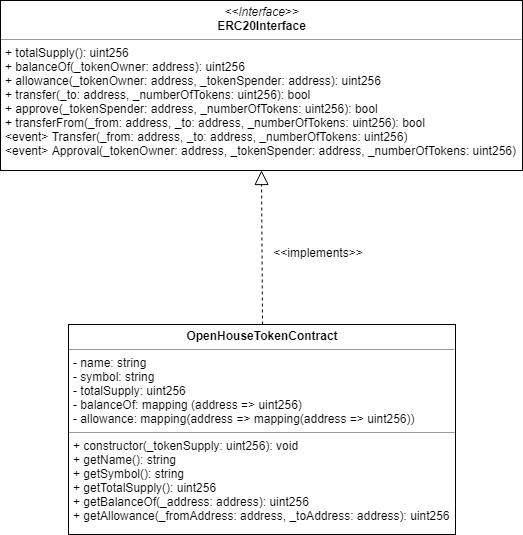
This is uml/OpenHouseTokenContract/OpenHouseTokenContract.png from gkamtzir/Ethereum-ICO-Diploma-Thesis, a draw.io export, as it was before one commit. Source tidied: cells renumbered, new cells last; positions are measured from the earlier drawing's top-left corner, leaving out a move shared by most shapes. Its diagram source:
```xml
<mxGraphModel>
  <root>
    <mxCell id="0" />
    <mxCell id="1" parent="0" />
    <mxCell id="2" value="&lt;p style=&quot;margin: 0px ; margin-top: 4px ; text-align: center&quot;&gt;&lt;b&gt;OpenHouseTokenContract&lt;/b&gt;&lt;/p&gt;&lt;hr size=&quot;1&quot;&gt;&lt;p style=&quot;margin: 0px ; margin-left: 4px&quot;&gt;- name: string&lt;/p&gt;&lt;p style=&quot;margin: 0px ; margin-left: 4px&quot;&gt;- symbol: string&lt;/p&gt;&lt;p style=&quot;margin: 0px ; margin-left: 4px&quot;&gt;- totalSupply: uint256&lt;/p&gt;&lt;p style=&quot;margin: 0px ; margin-left: 4px&quot;&gt;- balanceOf: mapping (address =&amp;gt; uint256)&lt;/p&gt;&lt;p style=&quot;margin: 0px ; margin-left: 4px&quot;&gt;- allowance: mapping(address =&amp;gt; mapping(address =&amp;gt; uint256))&lt;/p&gt;&lt;hr size=&quot;1&quot;&gt;&lt;p style=&quot;margin: 0px ; margin-left: 4px&quot;&gt;+ constructor(_tokenSupply: uint256): void&lt;/p&gt;&lt;p style=&quot;margin: 0px ; margin-left: 4px&quot;&gt;+ getName(): string&lt;/p&gt;&lt;p style=&quot;margin: 0px ; margin-left: 4px&quot;&gt;+ getSymbol(): string&lt;/p&gt;&lt;p style=&quot;margin: 0px ; margin-left: 4px&quot;&gt;+ getTotalSupply(): uint256&lt;/p&gt;&lt;p style=&quot;margin: 0px ; margin-left: 4px&quot;&gt;+ getBalanceOf(_address: address): uint256&lt;/p&gt;&lt;p style=&quot;margin: 0px ; margin-left: 4px&quot;&gt;+ getAllowance(_fromAddress: address, _toAddress: address): uint256&lt;/p&gt;" style="verticalAlign=top;align=left;overflow=fill;fontSize=12;fontFamily=Helvetica;html=1;" parent="1" vertex="1">
      <mxGeometry x="68" y="324" width="387" height="210" as="geometry" />
    </mxCell>
    <mxCell id="3" value="&lt;p style=&quot;margin: 0px ; margin-top: 4px ; text-align: center&quot;&gt;&lt;i&gt;&amp;lt;&amp;lt;Interface&amp;gt;&amp;gt;&lt;/i&gt;&lt;br&gt;&lt;b&gt;ERC20Interface&lt;/b&gt;&lt;/p&gt;&lt;hr size=&quot;1&quot;&gt;&lt;p style=&quot;margin: 0px ; margin-left: 4px&quot;&gt;+ totalSupply(): uint256&lt;br&gt;+ balanceOf(_tokenOwner: address): uint256&lt;/p&gt;&lt;p style=&quot;margin: 0px ; margin-left: 4px&quot;&gt;+ allowance(_tokenOwner: address, _tokenSpender: address): uint256&lt;/p&gt;&lt;p style=&quot;margin: 0px ; margin-left: 4px&quot;&gt;+ transfer(_to: address, _numberOfTokens: uint256): bool&lt;/p&gt;&lt;p style=&quot;margin: 0px ; margin-left: 4px&quot;&gt;+ approve(_tokenSpender: address, _numberOfTokens: uint256): bool&lt;/p&gt;&lt;p style=&quot;margin: 0px ; margin-left: 4px&quot;&gt;+ transferFrom(_from: address, _to: address, _numberOfTokens: uint256): bool&lt;/p&gt;&lt;p style=&quot;margin: 0px ; margin-left: 4px&quot;&gt;&amp;lt;event&amp;gt; Transfer(_from: address, _to: address, _numberOfTokens: uint256)&lt;/p&gt;&lt;p style=&quot;margin: 0px ; margin-left: 4px&quot;&gt;&amp;lt;event&amp;gt; Approval(_tokenOwner: address, _tokenSpender: address, _numberOfTokens: uint256)&lt;/p&gt;" style="verticalAlign=top;align=left;overflow=fill;fontSize=12;fontFamily=Helvetica;html=1;" parent="1" vertex="1">
      <mxGeometry width="522" height="170" as="geometry" />
    </mxCell>
    <mxCell id="4" style="endArrow=block;dashed=1;endFill=0;endSize=12;html=1;exitX=0.5;exitY=0;exitDx=0;exitDy=0;entryX=0.5;entryY=1;entryDx=0;entryDy=0;" parent="1" edge="1" source="2" target="3">
      <mxGeometry relative="1" as="geometry" />
    </mxCell>
    <mxCell id="5" value="&lt;&lt;implements&gt;&gt;" style="text;align=center;fontStyle=0;verticalAlign=middle;spacingLeft=3;spacingRight=3;strokeColor=none;" parent="1" vertex="1">
      <mxGeometry x="278" y="240" width="80" height="26" as="geometry" />
    </mxCell>
  </root>
</mxGraphModel>
```
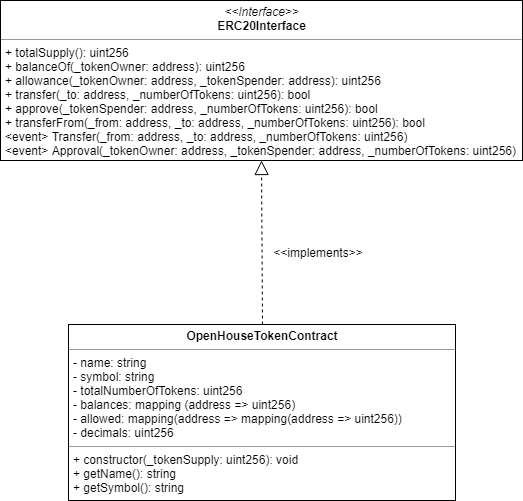
Later version of the same file.

What changed in the source:
```diff
@@ -2,11 +2,11 @@
   <root>
     <mxCell id="0" />
     <mxCell id="1" parent="0" />
-    <mxCell id="2" value="&lt;p style=&quot;margin: 0px ; margin-top: 4px ; text-align: center&quot;&gt;&lt;b&gt;OpenHouseTokenContract&lt;/b&gt;&lt;/p&gt;&lt;hr size=&quot;1&quot;&gt;&lt;p style=&quot;margin: 0px ; margin-left: 4px&quot;&gt;- name: string&lt;/p&gt;&lt;p style=&quot;margin: 0px ; margin-left: 4px&quot;&gt;- symbol: string&lt;/p&gt;&lt;p style=&quot;margin: 0px ; margin-left: 4px&quot;&gt;- totalSupply: uint256&lt;/p&gt;&lt;p style=&quot;margin: 0px ; margin-left: 4px&quot;&gt;- balanceOf: mapping (address =&amp;gt; uint256)&lt;/p&gt;&lt;p style=&quot;margin: 0px ; margin-left: 4px&quot;&gt;- allowance: mapping(address =&amp;gt; mapping(address =&amp;gt; uint256))&lt;/p&gt;&lt;hr size=&quot;1&quot;&gt;&lt;p style=&quot;margin: 0px ; margin-left: 4px&quot;&gt;+ constructor(_tokenSupply: uint256): void&lt;/p&gt;&lt;p style=&quot;margin: 0px ; margin-left: 4px&quot;&gt;+ getName(): string&lt;/p&gt;&lt;p style=&quot;margin: 0px ; margin-left: 4px&quot;&gt;+ getSymbol(): string&lt;/p&gt;&lt;p style=&quot;margin: 0px ; margin-left: 4px&quot;&gt;+ getTotalSupply(): uint256&lt;/p&gt;&lt;p style=&quot;margin: 0px ; margin-left: 4px&quot;&gt;+ getBalanceOf(_address: address): uint256&lt;/p&gt;&lt;p style=&quot;margin: 0px ; margin-left: 4px&quot;&gt;+ getAllowance(_fromAddress: address, _toAddress: address): uint256&lt;/p&gt;" style="verticalAlign=top;align=left;overflow=fill;fontSize=12;fontFamily=Helvetica;html=1;" parent="1" vertex="1">
-      <mxGeometry x="68" y="324" width="387" height="210" as="geometry" />
+    <mxCell id="2" value="&lt;p style=&quot;margin: 0px ; margin-top: 4px ; text-align: center&quot;&gt;&lt;b&gt;OpenHouseTokenContract&lt;/b&gt;&lt;/p&gt;&lt;hr size=&quot;1&quot;&gt;&lt;p style=&quot;margin: 0px ; margin-left: 4px&quot;&gt;- name: string&lt;/p&gt;&lt;p style=&quot;margin: 0px ; margin-left: 4px&quot;&gt;- symbol: string&lt;/p&gt;&lt;p style=&quot;margin: 0px ; margin-left: 4px&quot;&gt;- totalNumberOfTokens: uint256&lt;/p&gt;&lt;p style=&quot;margin: 0px ; margin-left: 4px&quot;&gt;- balances: mapping (address =&amp;gt; uint256)&lt;/p&gt;&lt;p style=&quot;margin: 0px ; margin-left: 4px&quot;&gt;- allowed: mapping(address =&amp;gt; mapping(address =&amp;gt; uint256))&lt;/p&gt;&lt;p style=&quot;margin: 0px ; margin-left: 4px&quot;&gt;- decimals: uint256&lt;/p&gt;&lt;hr size=&quot;1&quot;&gt;&lt;p style=&quot;margin: 0px ; margin-left: 4px&quot;&gt;+ constructor(_tokenSupply: uint256): void&lt;/p&gt;&lt;p style=&quot;margin: 0px ; margin-left: 4px&quot;&gt;+ getName(): string&lt;/p&gt;&lt;p style=&quot;margin: 0px ; margin-left: 4px&quot;&gt;+ getSymbol(): string&lt;/p&gt;" style="verticalAlign=top;align=left;overflow=fill;fontSize=12;fontFamily=Helvetica;html=1;" parent="1" vertex="1">
+      <mxGeometry x="68" y="324" width="387" height="176" as="geometry" />
     </mxCell>
     <mxCell id="3" value="&lt;p style=&quot;margin: 0px ; margin-top: 4px ; text-align: center&quot;&gt;&lt;i&gt;&amp;lt;&amp;lt;Interface&amp;gt;&amp;gt;&lt;/i&gt;&lt;br&gt;&lt;b&gt;ERC20Interface&lt;/b&gt;&lt;/p&gt;&lt;hr size=&quot;1&quot;&gt;&lt;p style=&quot;margin: 0px ; margin-left: 4px&quot;&gt;+ totalSupply(): uint256&lt;br&gt;+ balanceOf(_tokenOwner: address): uint256&lt;/p&gt;&lt;p style=&quot;margin: 0px ; margin-left: 4px&quot;&gt;+ allowance(_tokenOwner: address, _tokenSpender: address): uint256&lt;/p&gt;&lt;p style=&quot;margin: 0px ; margin-left: 4px&quot;&gt;+ transfer(_to: address, _numberOfTokens: uint256): bool&lt;/p&gt;&lt;p style=&quot;margin: 0px ; margin-left: 4px&quot;&gt;+ approve(_tokenSpender: address, _numberOfTokens: uint256): bool&lt;/p&gt;&lt;p style=&quot;margin: 0px ; margin-left: 4px&quot;&gt;+ transferFrom(_from: address, _to: address, _numberOfTokens: uint256): bool&lt;/p&gt;&lt;p style=&quot;margin: 0px ; margin-left: 4px&quot;&gt;&amp;lt;event&amp;gt; Transfer(_from: address, _to: address, _numberOfTokens: uint256)&lt;/p&gt;&lt;p style=&quot;margin: 0px ; margin-left: 4px&quot;&gt;&amp;lt;event&amp;gt; Approval(_tokenOwner: address, _tokenSpender: address, _numberOfTokens: uint256)&lt;/p&gt;" style="verticalAlign=top;align=left;overflow=fill;fontSize=12;fontFamily=Helvetica;html=1;" parent="1" vertex="1">
-      <mxGeometry width="522" height="170" as="geometry" />
+      <mxGeometry width="522" height="160" as="geometry" />
     </mxCell>
     <mxCell id="4" style="endArrow=block;dashed=1;endFill=0;endSize=12;html=1;exitX=0.5;exitY=0;exitDx=0;exitDy=0;entryX=0.5;entryY=1;entryDx=0;entryDy=0;" parent="1" edge="1" source="2" target="3">
       <mxGeometry relative="1" as="geometry" />
```
